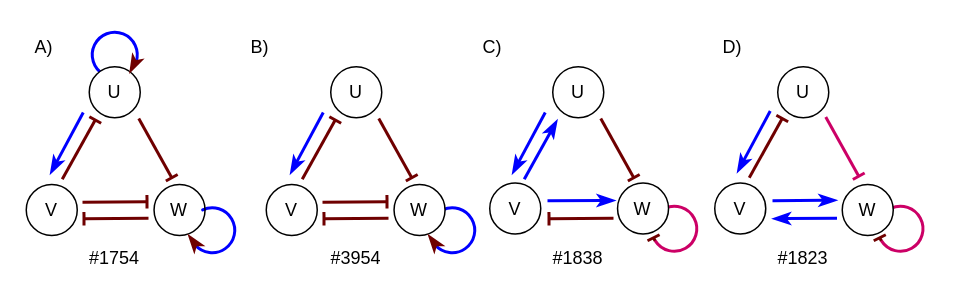
Earlier version of the draw.io diagram ThesisGraphs/topology.drawio (SofieRu/TuringNetworksThesis). Source tidied: cells renumbered, new cells numbered last; positions are measured from the earlier drawing's top-left corner, leaving out a move shared by most shapes. Both pictures are drawn from the tidied source at 150%, with x=0, y=0 at pixel (26, 32).
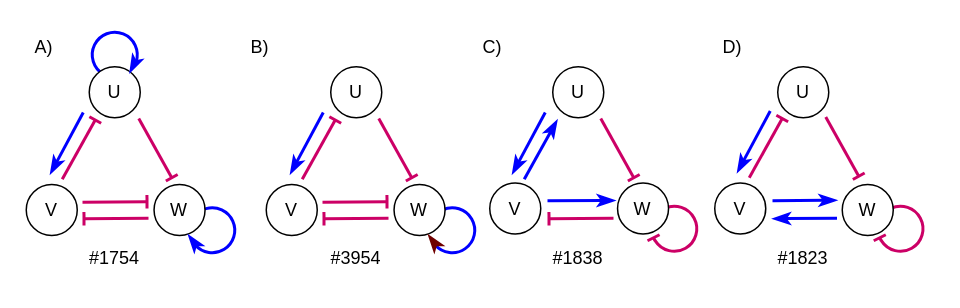
The same diagram, later.

Commit message:
new topology plotttt

Diff of the diagram source:
```diff
@@
-    <mxCell id="3" style="verticalLabelPosition=bottom;verticalAlign=top;html=1;shape=mxgraph.basic.arc;startAngle=0.3047000589964904;endAngle=0.01337097470474037;rotation=-135;gradientColor=none;strokeColor=light-dark(#0000FF,#0000FF);strokeWidth=2;perimeterSpacing=0;direction=east;movableLabel=1;linecap=round;rounded=1;convertToSvg=1;" parent="1" vertex="1">
+    <mxCell id="3" style="verticalLabelPosition=bottom;verticalAlign=top;html=1;shape=mxgraph.basic.arc;startAngle=0.330388924146776;endAngle=0.01337097470474037;rotation=-135;gradientColor=none;strokeColor=light-dark(#0000FF,#0000FF);strokeWidth=2;perimeterSpacing=0;direction=east;movableLabel=1;linecap=round;rounded=1;convertToSvg=1;" parent="1" vertex="1">
       <mxGeometry x="109" y="117" width="30" height="30" as="geometry">
         <mxPoint x="-12.8" y="2.4" as="offset" />
       </mxGeometry>
     </mxCell>
@@
-    <mxCell id="8" style="endArrow=baseDash;html=1;strokeWidth=2;fillColor=#a20025;strokeColor=light-dark(#6F0000,#CC0066);endFill=0;" parent="1" edge="1">
+    <mxCell id="8" style="endArrow=baseDash;html=1;strokeWidth=2;fillColor=#a20025;strokeColor=light-dark(#CC0066,#CC0066);endFill=0;" parent="1" edge="1">
       <mxGeometry relative="1" as="geometry">
         <mxPoint x="37.5" y="113.3" as="sourcePoint" />
         <mxPoint x="80.5" y="113" as="targetPoint" />
       </mxGeometry>
     </mxCell>
@@
-    <mxCell id="14" style="endArrow=none;html=1;strokeWidth=2;fillColor=#a20025;strokeColor=light-dark(#6F0000,#CC0066);endFill=0;startArrow=baseDash;startFill=0;" parent="1" edge="1">
+    <mxCell id="14" style="endArrow=none;html=1;strokeWidth=2;fillColor=#a20025;strokeColor=light-dark(#CC0066,#CC0066);endFill=0;startArrow=baseDash;startFill=0;" parent="1" edge="1">
       <mxGeometry relative="1" as="geometry">
         <mxPoint x="38.5" y="124.3" as="sourcePoint" />
         <mxPoint x="81.5" y="124" as="targetPoint" />
       </mxGeometry>
     </mxCell>
-    <mxCell id="15" style="endArrow=none;html=1;strokeWidth=2;fillColor=#a20025;strokeColor=light-dark(#6F0000,#CC0066);endFill=0;startArrow=baseDash;startFill=0;" parent="1" edge="1">
+    <mxCell id="15" style="endArrow=none;html=1;strokeWidth=2;fillColor=#a20025;strokeColor=light-dark(#CC0066,#CC0066);endFill=0;startArrow=baseDash;startFill=0;" parent="1" edge="1">
       <mxGeometry relative="1" as="geometry">
         <mxPoint x="348.5" y="124.3" as="sourcePoint" />
         <mxPoint x="391.5" y="124" as="targetPoint" />
       </mxGeometry>
     </mxCell>
@@
-    <mxCell id="18" style="endArrow=baseDash;html=1;strokeWidth=2;fillColor=#a20025;strokeColor=light-dark(#6F0000,#CC0066);endFill=0;" parent="1" edge="1">
+    <mxCell id="18" style="endArrow=baseDash;html=1;strokeWidth=2;fillColor=#a20025;strokeColor=light-dark(#CC0066,#CC0066);endFill=0;" parent="1" edge="1">
       <mxGeometry relative="1" as="geometry">
         <mxPoint x="24" y="98" as="sourcePoint" />
         <mxPoint x="46" y="58.5" as="targetPoint" />
       </mxGeometry>
     </mxCell>
-    <mxCell id="19" style="endArrow=none;html=1;strokeWidth=2;fillColor=#a20025;strokeColor=light-dark(#6F0000,#0000FF);endFill=0;startArrow=classicThin;startFill=1;" parent="1" edge="1">
+    <mxCell id="19" style="endArrow=none;html=1;strokeWidth=2;fillColor=#a20025;strokeColor=light-dark(#0000FF,#0000FF);endFill=0;startArrow=classicThin;startFill=1;" parent="1" edge="1">
       <mxGeometry relative="1" as="geometry">
         <mxPoint x="69" y="27" as="sourcePoint" />
         <mxPoint x="71" y="23" as="targetPoint" />
       </mxGeometry>
     </mxCell>
-    <mxCell id="20" style="endArrow=none;html=1;strokeWidth=2;fillColor=#a20025;strokeColor=light-dark(#6F0000,#0000FF);endFill=0;startArrow=classicThin;startFill=1;" parent="1" edge="1">
+    <mxCell id="20" style="endArrow=none;html=1;strokeWidth=2;fillColor=#a20025;strokeColor=light-dark(#0000FF,#0000FF);endFill=0;startArrow=classicThin;startFill=1;" parent="1" edge="1">
       <mxGeometry relative="1" as="geometry">
         <mxPoint x="108" y="135" as="sourcePoint" />
         <mxPoint x="111" y="139" as="targetPoint" />
       </mxGeometry>
     </mxCell>
-    <mxCell id="21" style="endArrow=none;html=1;strokeWidth=2;fillColor=#a20025;strokeColor=light-dark(#6F0000,#CC0066);endFill=0;startArrow=baseDash;startFill=0;" parent="1" edge="1">
+    <mxCell id="21" style="endArrow=none;html=1;strokeWidth=2;fillColor=#a20025;strokeColor=light-dark(#CC0066,#CC0066);endFill=0;startArrow=baseDash;startFill=0;" parent="1" edge="1">
       <mxGeometry relative="1" as="geometry">
         <mxPoint x="97" y="97" as="sourcePoint" />
         <mxPoint x="75" y="57.5" as="targetPoint" />
       </mxGeometry>
     </mxCell>
@@
-    <mxCell id="26" style="endArrow=baseDash;html=1;strokeWidth=2;fillColor=#a20025;strokeColor=light-dark(#6F0000,#CC0066);endFill=0;" parent="1" edge="1">
+    <mxCell id="26" style="endArrow=baseDash;html=1;strokeWidth=2;fillColor=#a20025;strokeColor=light-dark(#CC0066,#CC0066);endFill=0;" parent="1" edge="1">
       <mxGeometry relative="1" as="geometry">
         <mxPoint x="197.5" y="113.3" as="sourcePoint" />
         <mxPoint x="240.5" y="113" as="targetPoint" />
       </mxGeometry>
     </mxCell>
-    <mxCell id="27" style="endArrow=none;html=1;strokeWidth=2;fillColor=#a20025;strokeColor=light-dark(#6F0000,#CC0066);endFill=0;startArrow=baseDash;startFill=0;" parent="1" edge="1">
+    <mxCell id="27" style="endArrow=none;html=1;strokeWidth=2;fillColor=#a20025;strokeColor=light-dark(#CC0066,#CC0066);endFill=0;startArrow=baseDash;startFill=0;" parent="1" edge="1">
       <mxGeometry relative="1" as="geometry">
         <mxPoint x="198.5" y="124.3" as="sourcePoint" />
         <mxPoint x="241.5" y="124" as="targetPoint" />
       </mxGeometry>
     </mxCell>
@@
-    <mxCell id="29" style="endArrow=baseDash;html=1;strokeWidth=2;fillColor=#a20025;strokeColor=light-dark(#6F0000,#CC0066);endFill=0;" parent="1" edge="1">
+    <mxCell id="29" style="endArrow=baseDash;html=1;strokeWidth=2;fillColor=#a20025;strokeColor=light-dark(#CC0066,#CC0066);endFill=0;" parent="1" edge="1">
       <mxGeometry relative="1" as="geometry">
         <mxPoint x="184" y="98" as="sourcePoint" />
         <mxPoint x="206" y="58.5" as="targetPoint" />
       </mxGeometry>
     </mxCell>
@@
-    <mxCell id="31" style="endArrow=none;html=1;strokeWidth=2;fillColor=#a20025;strokeColor=light-dark(#6F0000,#CC0066);endFill=0;startArrow=baseDash;startFill=0;" parent="1" edge="1">
+    <mxCell id="31" style="endArrow=none;html=1;strokeWidth=2;fillColor=#a20025;strokeColor=light-dark(#CC0066,#CC0066);endFill=0;startArrow=baseDash;startFill=0;" parent="1" edge="1">
       <mxGeometry relative="1" as="geometry">
         <mxPoint x="257" y="97" as="sourcePoint" />
         <mxPoint x="235" y="57.5" as="targetPoint" />
       </mxGeometry>
     </mxCell>
@@
-    <mxCell id="35" style="endArrow=none;html=1;strokeWidth=2;fillColor=#a20025;strokeColor=light-dark(#6F0000,#CC0066);endFill=0;startArrow=baseDash;startFill=0;" parent="1" edge="1">
+    <mxCell id="35" style="endArrow=none;html=1;strokeWidth=2;fillColor=#a20025;strokeColor=light-dark(#CC0066,#CC0066);endFill=0;startArrow=baseDash;startFill=0;" parent="1" edge="1">
       <mxGeometry relative="1" as="geometry">
         <mxPoint x="405" y="97" as="sourcePoint" />
         <mxPoint x="383" y="57.5" as="targetPoint" />
       </mxGeometry>
     </mxCell>
@@
-    <mxCell id="38" style="endArrow=baseDash;html=1;strokeWidth=2;fillColor=#a20025;strokeColor=light-dark(#6F0000,#CC0066);endFill=0;" parent="1" edge="1">
+    <mxCell id="38" style="endArrow=baseDash;html=1;strokeWidth=2;fillColor=#a20025;strokeColor=light-dark(#CC0066,#CC0066);endFill=0;" parent="1" edge="1">
       <mxGeometry relative="1" as="geometry">
         <mxPoint x="482" y="97" as="sourcePoint" />
         <mxPoint x="504" y="57.5" as="targetPoint" />
       </mxGeometry>
     </mxCell>
@@
-    <mxCell id="42" style="endArrow=none;html=1;strokeWidth=2;fillColor=#a20025;strokeColor=light-dark(#6F0000,#CC0066);endFill=0;startArrow=baseDash;startFill=0;entryX=0.595;entryY=0.012;entryDx=0;entryDy=0;entryPerimeter=0;" parent="1" edge="1">
+    <mxCell id="42" style="endArrow=none;html=1;strokeWidth=2;fillColor=#a20025;strokeColor=light-dark(#CC0066,#CC0066);endFill=0;startArrow=baseDash;startFill=0;entryX=0.595;entryY=0.012;entryDx=0;entryDy=0;entryPerimeter=0;" parent="1" edge="1">
       <mxGeometry relative="1" as="geometry">
         <mxPoint x="569" y="137" as="sourcePoint" />
         <mxPoint x="570" y="139" as="targetPoint" />
       </mxGeometry>
     </mxCell>
-    <mxCell id="43" style="endArrow=none;html=1;strokeWidth=2;fillColor=#a20025;strokeColor=light-dark(#6F0000,#CC0066);endFill=0;startArrow=baseDash;startFill=0;entryX=0.595;entryY=0.012;entryDx=0;entryDy=0;entryPerimeter=0;" parent="1" edge="1">
+    <mxCell id="43" style="endArrow=none;html=1;strokeWidth=2;fillColor=#a20025;strokeColor=light-dark(#CC0066,#CC0066);endFill=0;startArrow=baseDash;startFill=0;entryX=0.595;entryY=0.012;entryDx=0;entryDy=0;entryPerimeter=0;" parent="1" edge="1">
       <mxGeometry relative="1" as="geometry">
         <mxPoint x="418.2" y="137" as="sourcePoint" />
         <mxPoint x="419.2" y="139" as="targetPoint" />
       </mxGeometry>
     </mxCell>
```
